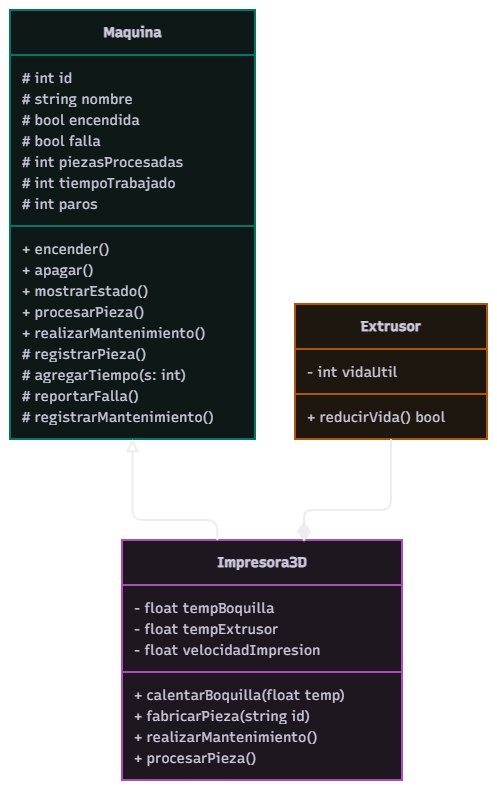
alexsalguerov-stack/ulsa_ime_3_poo_parcial_2_linea_manufactura keeps this draw.io diagram as docs/3DP_DIAGRAMA.png. Above is the earlier version. Source tidied: cells renumbered, new cells last; positions are measured from the earlier drawing's top-left corner, leaving out a move shared by most shapes. The source it was exported from:
```xml
<mxGraphModel>
  <root>
    <mxCell id="0" />
    <mxCell id="1" parent="0" />
    <mxCell id="2" style="group;transparentBounds=1;editIcon=1;lockedGroup=0;groupPadding=10;" parent="1" vertex="1">
      <mxGeometry as="geometry" />
    </mxCell>
    <mxCell id="3" value="&lt;b&gt;Impresora3D&lt;/b&gt;" style="swimlane;html=1;fontStyle=1;fontSize=14;align=center;verticalAlign=middle;horizontal=1;startSize=45;swimlaneFillColor=#FDF4FF;whiteSpace=wrap;fillColor=#FDF4FF;strokeColor=#E879F9;fontColor=#28253D;fontFamily=Recursive;strokeWidth=2;shadow=1;shadowColor=#000000;shadowOffsetX=4;shadowOffsetY=4;shadowBlur=0;shadowOpacity=6;fontSource=https%3A%2F%2Ffonts.googleapis.com%2Fcss%3Ffamily%3DRecursive;" parent="2" vertex="1">
      <mxGeometry x="217" y="560" width="280" height="240" as="geometry" />
    </mxCell>
    <mxCell id="4" value="- float tempBoquilla" style="text;fontSize=14;strokeColor=none;fillColor=none;align=left;verticalAlign=middle;spacingLeft=10;spacingRight=12;spacingBottom=2;overflow=hidden;fontFamily=Recursive;fontColor=#28253D;fontSource=https%3A%2F%2Ffonts.googleapis.com%2Fcss%3Ffamily%3DRecursive;" parent="3" vertex="1">
      <mxGeometry y="57" width="280" height="21" as="geometry" />
    </mxCell>
    <mxCell id="5" value="- float tempExtrusor" style="text;fontSize=14;strokeColor=none;fillColor=none;align=left;verticalAlign=middle;spacingLeft=10;spacingRight=12;spacingBottom=2;overflow=hidden;fontFamily=Recursive;fontColor=#28253D;fontSource=https%3A%2F%2Ffonts.googleapis.com%2Fcss%3Ffamily%3DRecursive;" parent="3" vertex="1">
      <mxGeometry y="78" width="280" height="21" as="geometry" />
    </mxCell>
    <mxCell id="6" value="- float velocidadImpresion" style="text;fontSize=14;strokeColor=none;fillColor=none;align=left;verticalAlign=middle;spacingLeft=10;spacingRight=12;spacingBottom=2;overflow=hidden;fontFamily=Recursive;fontColor=#28253D;fontSource=https%3A%2F%2Ffonts.googleapis.com%2Fcss%3Ffamily%3DRecursive;" parent="3" vertex="1">
      <mxGeometry y="99" width="280" height="21" as="geometry" />
    </mxCell>
    <mxCell id="7" style="line;strokeWidth=2;fillColor=none;spacingLeft=3;spacingRight=3;strokeColor=inherit;" parent="3" vertex="1">
      <mxGeometry y="120" width="280" height="24" as="geometry" />
    </mxCell>
    <mxCell id="8" value="+ calentarBoquilla(float temp)" style="text;fontSize=14;strokeColor=none;fillColor=none;align=left;verticalAlign=middle;spacingLeft=10;spacingRight=12;spacingBottom=2;overflow=hidden;fontFamily=Recursive;fontColor=#28253D;fontSource=https%3A%2F%2Ffonts.googleapis.com%2Fcss%3Ffamily%3DRecursive;" parent="3" vertex="1">
      <mxGeometry y="144" width="280" height="21" as="geometry" />
    </mxCell>
    <mxCell id="9" value="+ fabricarPieza(string id)" style="text;fontSize=14;strokeColor=none;fillColor=none;align=left;verticalAlign=middle;spacingLeft=10;spacingRight=12;spacingBottom=2;overflow=hidden;fontFamily=Recursive;fontColor=#28253D;fontSource=https%3A%2F%2Ffonts.googleapis.com%2Fcss%3Ffamily%3DRecursive;" parent="3" vertex="1">
      <mxGeometry y="165" width="280" height="21" as="geometry" />
    </mxCell>
    <mxCell id="10" value="+ realizarMantenimiento()" style="text;fontSize=14;strokeColor=none;fillColor=none;align=left;verticalAlign=middle;spacingLeft=10;spacingRight=12;spacingBottom=2;overflow=hidden;fontFamily=Recursive;fontColor=#28253D;fontSource=https%3A%2F%2Ffonts.googleapis.com%2Fcss%3Ffamily%3DRecursive;" parent="3" vertex="1">
      <mxGeometry y="186" width="280" height="21" as="geometry" />
    </mxCell>
    <mxCell id="11" value="+ procesarPieza()" style="text;fontSize=14;strokeColor=none;fillColor=none;align=left;verticalAlign=middle;spacingLeft=10;spacingRight=12;spacingBottom=2;overflow=hidden;fontFamily=Recursive;fontColor=#28253D;fontSource=https%3A%2F%2Ffonts.googleapis.com%2Fcss%3Ffamily%3DRecursive;" parent="3" vertex="1">
      <mxGeometry y="207" width="280" height="21" as="geometry" />
    </mxCell>
    <mxCell id="12" value="&lt;b&gt;Maquina&lt;/b&gt;" style="swimlane;html=1;fontStyle=1;fontSize=14;align=center;verticalAlign=middle;horizontal=1;startSize=45;swimlaneFillColor=#F0FDFA;whiteSpace=wrap;fillColor=#F0FDFA;strokeColor=#2DD4BF;fontColor=#28253D;fontFamily=Recursive;strokeWidth=2;shadow=1;shadowColor=#000000;shadowOffsetX=4;shadowOffsetY=4;shadowBlur=0;shadowOpacity=6;fontSource=https%3A%2F%2Ffonts.googleapis.com%2Fcss%3Ffamily%3DRecursive;" parent="2" vertex="1">
      <mxGeometry x="105" y="30" width="245" height="429" as="geometry" />
    </mxCell>
    <mxCell id="13" value="# int id" style="text;fontSize=14;strokeColor=none;fillColor=none;align=left;verticalAlign=middle;spacingLeft=10;spacingRight=12;spacingBottom=2;overflow=hidden;fontFamily=Recursive;fontColor=#28253D;fontSource=https%3A%2F%2Ffonts.googleapis.com%2Fcss%3Ffamily%3DRecursive;" parent="12" vertex="1">
      <mxGeometry y="57" width="245" height="21" as="geometry" />
    </mxCell>
    <mxCell id="14" value="# string nombre" style="text;fontSize=14;strokeColor=none;fillColor=none;align=left;verticalAlign=middle;spacingLeft=10;spacingRight=12;spacingBottom=2;overflow=hidden;fontFamily=Recursive;fontColor=#28253D;fontSource=https%3A%2F%2Ffonts.googleapis.com%2Fcss%3Ffamily%3DRecursive;" parent="12" vertex="1">
      <mxGeometry y="78" width="245" height="21" as="geometry" />
    </mxCell>
    <mxCell id="15" value="# bool encendida" style="text;fontSize=14;strokeColor=none;fillColor=none;align=left;verticalAlign=middle;spacingLeft=10;spacingRight=12;spacingBottom=2;overflow=hidden;fontFamily=Recursive;fontColor=#28253D;fontSource=https%3A%2F%2Ffonts.googleapis.com%2Fcss%3Ffamily%3DRecursive;" parent="12" vertex="1">
      <mxGeometry y="99" width="245" height="21" as="geometry" />
    </mxCell>
    <mxCell id="16" value="# bool falla" style="text;fontSize=14;strokeColor=none;fillColor=none;align=left;verticalAlign=middle;spacingLeft=10;spacingRight=12;spacingBottom=2;overflow=hidden;fontFamily=Recursive;fontColor=#28253D;fontSource=https%3A%2F%2Ffonts.googleapis.com%2Fcss%3Ffamily%3DRecursive;" parent="12" vertex="1">
      <mxGeometry y="120" width="245" height="21" as="geometry" />
    </mxCell>
    <mxCell id="17" value="# int piezasProcesadas" style="text;fontSize=14;strokeColor=none;fillColor=none;align=left;verticalAlign=middle;spacingLeft=10;spacingRight=12;spacingBottom=2;overflow=hidden;fontFamily=Recursive;fontColor=#28253D;fontSource=https%3A%2F%2Ffonts.googleapis.com%2Fcss%3Ffamily%3DRecursive;" parent="12" vertex="1">
      <mxGeometry y="141" width="245" height="21" as="geometry" />
    </mxCell>
    <mxCell id="18" value="# int tiempoTrabajado" style="text;fontSize=14;strokeColor=none;fillColor=none;align=left;verticalAlign=middle;spacingLeft=10;spacingRight=12;spacingBottom=2;overflow=hidden;fontFamily=Recursive;fontColor=#28253D;fontSource=https%3A%2F%2Ffonts.googleapis.com%2Fcss%3Ffamily%3DRecursive;" parent="12" vertex="1">
      <mxGeometry y="162" width="245" height="21" as="geometry" />
    </mxCell>
    <mxCell id="19" value="# int paros" style="text;fontSize=14;strokeColor=none;fillColor=none;align=left;verticalAlign=middle;spacingLeft=10;spacingRight=12;spacingBottom=2;overflow=hidden;fontFamily=Recursive;fontColor=#28253D;fontSource=https%3A%2F%2Ffonts.googleapis.com%2Fcss%3Ffamily%3DRecursive;" parent="12" vertex="1">
      <mxGeometry y="183" width="245" height="21" as="geometry" />
    </mxCell>
    <mxCell id="20" style="line;strokeWidth=2;fillColor=none;spacingLeft=3;spacingRight=3;strokeColor=inherit;" parent="12" vertex="1">
      <mxGeometry y="204" width="245" height="24" as="geometry" />
    </mxCell>
    <mxCell id="21" value="+ encender()" style="text;fontSize=14;strokeColor=none;fillColor=none;align=left;verticalAlign=middle;spacingLeft=10;spacingRight=12;spacingBottom=2;overflow=hidden;fontFamily=Recursive;fontColor=#28253D;fontSource=https%3A%2F%2Ffonts.googleapis.com%2Fcss%3Ffamily%3DRecursive;" parent="12" vertex="1">
      <mxGeometry y="228" width="245" height="21" as="geometry" />
    </mxCell>
    <mxCell id="22" value="+ apagar()" style="text;fontSize=14;strokeColor=none;fillColor=none;align=left;verticalAlign=middle;spacingLeft=10;spacingRight=12;spacingBottom=2;overflow=hidden;fontFamily=Recursive;fontColor=#28253D;fontSource=https%3A%2F%2Ffonts.googleapis.com%2Fcss%3Ffamily%3DRecursive;" parent="12" vertex="1">
      <mxGeometry y="249" width="245" height="21" as="geometry" />
    </mxCell>
    <mxCell id="23" value="+ mostrarEstado()" style="text;fontSize=14;strokeColor=none;fillColor=none;align=left;verticalAlign=middle;spacingLeft=10;spacingRight=12;spacingBottom=2;overflow=hidden;fontFamily=Recursive;fontColor=#28253D;fontSource=https%3A%2F%2Ffonts.googleapis.com%2Fcss%3Ffamily%3DRecursive;" parent="12" vertex="1">
      <mxGeometry y="270" width="245" height="21" as="geometry" />
    </mxCell>
    <mxCell id="24" value="+ procesarPieza()" style="text;fontSize=14;strokeColor=none;fillColor=none;align=left;verticalAlign=middle;spacingLeft=10;spacingRight=12;spacingBottom=2;overflow=hidden;fontFamily=Recursive;fontColor=#28253D;fontSource=https%3A%2F%2Ffonts.googleapis.com%2Fcss%3Ffamily%3DRecursive;" parent="12" vertex="1">
      <mxGeometry y="291" width="245" height="21" as="geometry" />
    </mxCell>
    <mxCell id="25" value="+ realizarMantenimiento()" style="text;fontSize=14;strokeColor=none;fillColor=none;align=left;verticalAlign=middle;spacingLeft=10;spacingRight=12;spacingBottom=2;overflow=hidden;fontFamily=Recursive;fontColor=#28253D;fontSource=https%3A%2F%2Ffonts.googleapis.com%2Fcss%3Ffamily%3DRecursive;" parent="12" vertex="1">
      <mxGeometry y="312" width="245" height="21" as="geometry" />
    </mxCell>
    <mxCell id="26" value="# registrarPieza()" style="text;fontSize=14;strokeColor=none;fillColor=none;align=left;verticalAlign=middle;spacingLeft=10;spacingRight=12;spacingBottom=2;overflow=hidden;fontFamily=Recursive;fontColor=#28253D;fontSource=https%3A%2F%2Ffonts.googleapis.com%2Fcss%3Ffamily%3DRecursive;" parent="12" vertex="1">
      <mxGeometry y="333" width="245" height="21" as="geometry" />
    </mxCell>
    <mxCell id="27" value="# agregarTiempo(s: int)" style="text;fontSize=14;strokeColor=none;fillColor=none;align=left;verticalAlign=middle;spacingLeft=10;spacingRight=12;spacingBottom=2;overflow=hidden;fontFamily=Recursive;fontColor=#28253D;fontSource=https%3A%2F%2Ffonts.googleapis.com%2Fcss%3Ffamily%3DRecursive;" parent="12" vertex="1">
      <mxGeometry y="354" width="245" height="21" as="geometry" />
    </mxCell>
    <mxCell id="28" value="# reportarFalla()" style="text;fontSize=14;strokeColor=none;fillColor=none;align=left;verticalAlign=middle;spacingLeft=10;spacingRight=12;spacingBottom=2;overflow=hidden;fontFamily=Recursive;fontColor=#28253D;fontSource=https%3A%2F%2Ffonts.googleapis.com%2Fcss%3Ffamily%3DRecursive;" parent="12" vertex="1">
      <mxGeometry y="375" width="245" height="21" as="geometry" />
    </mxCell>
    <mxCell id="29" value="# registrarMantenimiento()" style="text;fontSize=14;strokeColor=none;fillColor=none;align=left;verticalAlign=middle;spacingLeft=10;spacingRight=12;spacingBottom=2;overflow=hidden;fontFamily=Recursive;fontColor=#28253D;fontSource=https%3A%2F%2Ffonts.googleapis.com%2Fcss%3Ffamily%3DRecursive;" parent="12" vertex="1">
      <mxGeometry y="396" width="245" height="21" as="geometry" />
    </mxCell>
    <mxCell id="30" value="&lt;b&gt;Extrusor&lt;/b&gt;" style="swimlane;html=1;fontStyle=1;fontSize=14;align=center;verticalAlign=middle;horizontal=1;startSize=45;swimlaneFillColor=#FFF7ED;whiteSpace=wrap;fillColor=#FFF7ED;strokeColor=#FB923C;fontColor=#28253D;fontFamily=Recursive;strokeWidth=2;shadow=1;shadowColor=#000000;shadowOffsetX=4;shadowOffsetY=4;shadowBlur=0;shadowOpacity=6;fontSource=https%3A%2F%2Ffonts.googleapis.com%2Fcss%3Ffamily%3DRecursive;" parent="2" vertex="1">
      <mxGeometry x="390" y="324" width="192" height="135" as="geometry" />
    </mxCell>
    <mxCell id="31" value="- int vidaUtil" style="text;fontSize=14;strokeColor=none;fillColor=none;align=left;verticalAlign=middle;spacingLeft=10;spacingRight=12;spacingBottom=2;overflow=hidden;fontFamily=Recursive;fontColor=#28253D;fontSource=https%3A%2F%2Ffonts.googleapis.com%2Fcss%3Ffamily%3DRecursive;" parent="30" vertex="1">
      <mxGeometry y="57" width="192" height="21" as="geometry" />
    </mxCell>
    <mxCell id="32" style="line;strokeWidth=2;fillColor=none;spacingLeft=3;spacingRight=3;strokeColor=inherit;" parent="30" vertex="1">
      <mxGeometry y="78" width="192" height="24" as="geometry" />
    </mxCell>
    <mxCell id="33" value="+ reducirVida() bool" style="text;fontSize=14;strokeColor=none;fillColor=none;align=left;verticalAlign=middle;spacingLeft=10;spacingRight=12;spacingBottom=2;overflow=hidden;fontFamily=Recursive;fontColor=#28253D;fontSource=https%3A%2F%2Ffonts.googleapis.com%2Fcss%3Ffamily%3DRecursive;" parent="30" vertex="1">
      <mxGeometry y="102" width="192" height="21" as="geometry" />
    </mxCell>
    <mxCell id="34" style="edgeStyle=orthogonalEdgeStyle;rounded=1;curved=0;startArrow=none;endArrow=block;endSize=8;endFill=0;jumpStyle=arc;jumpSize=12;strokeColor=#000000;html=1;fontSize=14;labelBackgroundColor=#ffffff;fontFamily=Recursive;fontColor=#28253D;exitX=0.34;exitY=0;entryX=0.5;entryY=1;strokeWidth=2;targetPerimeterSpacing=8.25;fontSource=https%3A%2F%2Ffonts.googleapis.com%2Fcss%3Ffamily%3DRecursive;" parent="2" edge="1" source="3" target="12">
      <mxGeometry x="-0.78" y="-31" relative="1" as="geometry">
        <Array as="points">
          <mxPoint x="313" y="540" />
          <mxPoint x="228" y="540" />
        </Array>
        <mxPoint x="8" y="1" as="offset" />
      </mxGeometry>
    </mxCell>
    <mxCell id="35" style="edgeStyle=orthogonalEdgeStyle;rounded=1;curved=0;startArrow=mermaidDiamond;startSize=15;startFill=1;endArrow=none;jumpStyle=arc;jumpSize=12;strokeColor=#000000;html=1;fontSize=14;labelBackgroundColor=#ffffff;fontFamily=Recursive;fontColor=#28253D;exitX=0.65;exitY=0;entryX=0.5;entryY=1;strokeWidth=2;sourcePerimeterSpacing=3;fontSource=https%3A%2F%2Ffonts.googleapis.com%2Fcss%3Ffamily%3DRecursive;" parent="2" edge="1" source="3" target="30">
      <mxGeometry x="0.1" relative="1" as="geometry">
        <Array as="points">
          <mxPoint x="399" y="530" />
          <mxPoint x="486" y="530" />
        </Array>
      </mxGeometry>
    </mxCell>
  </root>
</mxGraphModel>
```
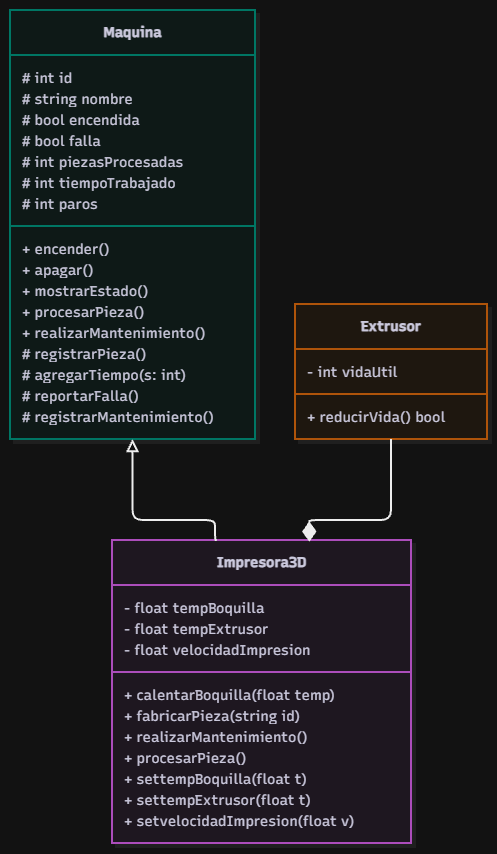
Later version of the same file.

The edit, as a diff of the source:
```diff
@@ -6,32 +6,41 @@
       <mxGeometry as="geometry" />
     </mxCell>
     <mxCell id="3" value="&lt;b&gt;Impresora3D&lt;/b&gt;" style="swimlane;html=1;fontStyle=1;fontSize=14;align=center;verticalAlign=middle;horizontal=1;startSize=45;swimlaneFillColor=#FDF4FF;whiteSpace=wrap;fillColor=#FDF4FF;strokeColor=#E879F9;fontColor=#28253D;fontFamily=Recursive;strokeWidth=2;shadow=1;shadowColor=#000000;shadowOffsetX=4;shadowOffsetY=4;shadowBlur=0;shadowOpacity=6;fontSource=https%3A%2F%2Ffonts.googleapis.com%2Fcss%3Ffamily%3DRecursive;" parent="2" vertex="1">
-      <mxGeometry x="217" y="560" width="280" height="240" as="geometry" />
+      <mxGeometry x="207" y="560" width="299" height="303" as="geometry" />
     </mxCell>
     <mxCell id="4" value="- float tempBoquilla" style="text;fontSize=14;strokeColor=none;fillColor=none;align=left;verticalAlign=middle;spacingLeft=10;spacingRight=12;spacingBottom=2;overflow=hidden;fontFamily=Recursive;fontColor=#28253D;fontSource=https%3A%2F%2Ffonts.googleapis.com%2Fcss%3Ffamily%3DRecursive;" parent="3" vertex="1">
-      <mxGeometry y="57" width="280" height="21" as="geometry" />
+      <mxGeometry y="57" width="299" height="21" as="geometry" />
     </mxCell>
     <mxCell id="5" value="- float tempExtrusor" style="text;fontSize=14;strokeColor=none;fillColor=none;align=left;verticalAlign=middle;spacingLeft=10;spacingRight=12;spacingBottom=2;overflow=hidden;fontFamily=Recursive;fontColor=#28253D;fontSource=https%3A%2F%2Ffonts.googleapis.com%2Fcss%3Ffamily%3DRecursive;" parent="3" vertex="1">
-      <mxGeometry y="78" width="280" height="21" as="geometry" />
+      <mxGeometry y="78" width="299" height="21" as="geometry" />
     </mxCell>
     <mxCell id="6" value="- float velocidadImpresion" style="text;fontSize=14;strokeColor=none;fillColor=none;align=left;verticalAlign=middle;spacingLeft=10;spacingRight=12;spacingBottom=2;overflow=hidden;fontFamily=Recursive;fontColor=#28253D;fontSource=https%3A%2F%2Ffonts.googleapis.com%2Fcss%3Ffamily%3DRecursive;" parent="3" vertex="1">
-      <mxGeometry y="99" width="280" height="21" as="geometry" />
+      <mxGeometry y="99" width="299" height="21" as="geometry" />
     </mxCell>
-    <mxCell id="7" style="line;strokeWidth=2;fillColor=none;spacingLeft=3;spacingRight=3;strokeColor=inherit;" parent="3" vertex="1">
-      <mxGeometry y="120" width="280" height="24" as="geometry" />
-    </mxCell>
+    <mxCell id="36" style="line;strokeWidth=2;fillColor=none;spacingLeft=3;spacingRight=3;strokeColor=inherit;" parent="3" vertex="1">
+      <mxGeometry y="120" width="299" height="24" as="geometry" />
+    </mxCell>
     <mxCell id="8" value="+ calentarBoquilla(float temp)" style="text;fontSize=14;strokeColor=none;fillColor=none;align=left;verticalAlign=middle;spacingLeft=10;spacingRight=12;spacingBottom=2;overflow=hidden;fontFamily=Recursive;fontColor=#28253D;fontSource=https%3A%2F%2Ffonts.googleapis.com%2Fcss%3Ffamily%3DRecursive;" parent="3" vertex="1">
-      <mxGeometry y="144" width="280" height="21" as="geometry" />
+      <mxGeometry y="144" width="299" height="21" as="geometry" />
     </mxCell>
     <mxCell id="9" value="+ fabricarPieza(string id)" style="text;fontSize=14;strokeColor=none;fillColor=none;align=left;verticalAlign=middle;spacingLeft=10;spacingRight=12;spacingBottom=2;overflow=hidden;fontFamily=Recursive;fontColor=#28253D;fontSource=https%3A%2F%2Ffonts.googleapis.com%2Fcss%3Ffamily%3DRecursive;" parent="3" vertex="1">
-      <mxGeometry y="165" width="280" height="21" as="geometry" />
+      <mxGeometry y="165" width="299" height="21" as="geometry" />
     </mxCell>
     <mxCell id="10" value="+ realizarMantenimiento()" style="text;fontSize=14;strokeColor=none;fillColor=none;align=left;verticalAlign=middle;spacingLeft=10;spacingRight=12;spacingBottom=2;overflow=hidden;fontFamily=Recursive;fontColor=#28253D;fontSource=https%3A%2F%2Ffonts.googleapis.com%2Fcss%3Ffamily%3DRecursive;" parent="3" vertex="1">
-      <mxGeometry y="186" width="280" height="21" as="geometry" />
+      <mxGeometry y="186" width="299" height="21" as="geometry" />
     </mxCell>
     <mxCell id="11" value="+ procesarPieza()" style="text;fontSize=14;strokeColor=none;fillColor=none;align=left;verticalAlign=middle;spacingLeft=10;spacingRight=12;spacingBottom=2;overflow=hidden;fontFamily=Recursive;fontColor=#28253D;fontSource=https%3A%2F%2Ffonts.googleapis.com%2Fcss%3Ffamily%3DRecursive;" parent="3" vertex="1">
-      <mxGeometry y="207" width="280" height="21" as="geometry" />
+      <mxGeometry y="207" width="299" height="21" as="geometry" />
     </mxCell>
+    <mxCell id="37" value="+ settempBoquilla(float t)" style="text;fontSize=14;strokeColor=none;fillColor=none;align=left;verticalAlign=middle;spacingLeft=10;spacingRight=12;spacingBottom=2;overflow=hidden;fontFamily=Recursive;fontColor=#28253D;fontSource=https%3A%2F%2Ffonts.googleapis.com%2Fcss%3Ffamily%3DRecursive;" parent="3" vertex="1">
+      <mxGeometry y="228" width="299" height="21" as="geometry" />
+    </mxCell>
+    <mxCell id="38" value="+ settempExtrusor(float t)" style="text;fontSize=14;strokeColor=none;fillColor=none;align=left;verticalAlign=middle;spacingLeft=10;spacingRight=12;spacingBottom=2;overflow=hidden;fontFamily=Recursive;fontColor=#28253D;fontSource=https%3A%2F%2Ffonts.googleapis.com%2Fcss%3Ffamily%3DRecursive;" parent="3" vertex="1">
+      <mxGeometry y="249" width="299" height="21" as="geometry" />
+    </mxCell>
+    <mxCell id="39" value="+ setvelocidadImpresion(float v)" style="text;fontSize=14;strokeColor=none;fillColor=none;align=left;verticalAlign=middle;spacingLeft=10;spacingRight=12;spacingBottom=2;overflow=hidden;fontFamily=Recursive;fontColor=#28253D;fontSource=https%3A%2F%2Ffonts.googleapis.com%2Fcss%3Ffamily%3DRecursive;" parent="3" vertex="1">
+      <mxGeometry y="270" width="299" height="21" as="geometry" />
+    </mxCell>
     <mxCell id="12" value="&lt;b&gt;Maquina&lt;/b&gt;" style="swimlane;html=1;fontStyle=1;fontSize=14;align=center;verticalAlign=middle;horizontal=1;startSize=45;swimlaneFillColor=#F0FDFA;whiteSpace=wrap;fillColor=#F0FDFA;strokeColor=#2DD4BF;fontColor=#28253D;fontFamily=Recursive;strokeWidth=2;shadow=1;shadowColor=#000000;shadowOffsetX=4;shadowOffsetY=4;shadowBlur=0;shadowOpacity=6;fontSource=https%3A%2F%2Ffonts.googleapis.com%2Fcss%3Ffamily%3DRecursive;" parent="2" vertex="1">
       <mxGeometry x="105" y="30" width="245" height="429" as="geometry" />
     </mxCell>
@@ -98,20 +107,19 @@
     <mxCell id="33" value="+ reducirVida() bool" style="text;fontSize=14;strokeColor=none;fillColor=none;align=left;verticalAlign=middle;spacingLeft=10;spacingRight=12;spacingBottom=2;overflow=hidden;fontFamily=Recursive;fontColor=#28253D;fontSource=https%3A%2F%2Ffonts.googleapis.com%2Fcss%3Ffamily%3DRecursive;" parent="30" vertex="1">
       <mxGeometry y="102" width="192" height="21" as="geometry" />
     </mxCell>
-    <mxCell id="34" style="edgeStyle=orthogonalEdgeStyle;rounded=1;curved=0;startArrow=none;endArrow=block;endSize=8;endFill=0;jumpStyle=arc;jumpSize=12;strokeColor=#000000;html=1;fontSize=14;labelBackgroundColor=#ffffff;fontFamily=Recursive;fontColor=#28253D;exitX=0.34;exitY=0;entryX=0.5;entryY=1;strokeWidth=2;targetPerimeterSpacing=8.25;fontSource=https%3A%2F%2Ffonts.googleapis.com%2Fcss%3Ffamily%3DRecursive;" parent="2" edge="1" source="3" target="12">
-      <mxGeometry x="-0.78" y="-31" relative="1" as="geometry">
+    <mxCell id="34" style="edgeStyle=orthogonalEdgeStyle;rounded=1;curved=0;startArrow=none;endArrow=block;endSize=8;endFill=0;jumpStyle=arc;jumpSize=12;strokeColor=#000000;html=1;fontSize=14;labelBackgroundColor=#ffffff;fontFamily=Recursive;fontColor=#28253D;exitX=0.35;exitY=0;entryX=0.5;entryY=1;strokeWidth=2;targetPerimeterSpacing=8.25;fontSource=https%3A%2F%2Ffonts.googleapis.com%2Fcss%3Ffamily%3DRecursive;" parent="2" edge="1" source="3" target="12">
+      <mxGeometry relative="1" as="geometry">
         <Array as="points">
-          <mxPoint x="313" y="540" />
+          <mxPoint x="310" y="540" />
           <mxPoint x="228" y="540" />
         </Array>
-        <mxPoint x="8" y="1" as="offset" />
       </mxGeometry>
     </mxCell>
-    <mxCell id="35" style="edgeStyle=orthogonalEdgeStyle;rounded=1;curved=0;startArrow=mermaidDiamond;startSize=15;startFill=1;endArrow=none;jumpStyle=arc;jumpSize=12;strokeColor=#000000;html=1;fontSize=14;labelBackgroundColor=#ffffff;fontFamily=Recursive;fontColor=#28253D;exitX=0.65;exitY=0;entryX=0.5;entryY=1;strokeWidth=2;sourcePerimeterSpacing=3;fontSource=https%3A%2F%2Ffonts.googleapis.com%2Fcss%3Ffamily%3DRecursive;" parent="2" edge="1" source="3" target="30">
-      <mxGeometry x="0.1" relative="1" as="geometry">
+    <mxCell id="35" style="edgeStyle=orthogonalEdgeStyle;rounded=1;curved=0;startArrow=mermaidDiamond;startSize=15;startFill=1;endArrow=none;jumpStyle=arc;jumpSize=12;strokeColor=#000000;html=1;fontSize=14;labelBackgroundColor=#ffffff;fontFamily=Recursive;fontColor=#28253D;exitX=0.66;exitY=0;entryX=0.5;entryY=1;strokeWidth=2;sourcePerimeterSpacing=3;fontSource=https%3A%2F%2Ffonts.googleapis.com%2Fcss%3Ffamily%3DRecursive;" parent="2" edge="1" source="3" target="30">
+      <mxGeometry x="-0.01" relative="1" as="geometry">
         <Array as="points">
-          <mxPoint x="399" y="530" />
-          <mxPoint x="486" y="530" />
+          <mxPoint x="404.3" y="540" />
+          <mxPoint x="486" y="540" />
         </Array>
       </mxGeometry>
     </mxCell>
```
